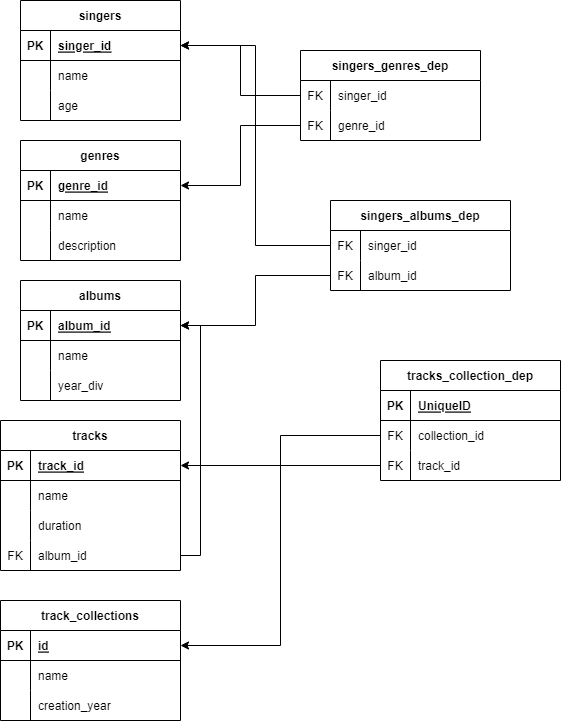
Earlier version of the draw.io export Hw2z1_diagram.png (archimage-wiz/PY_CASEDB_Hw2z1). Source tidied: cells renumbered, new cells last; positions are measured from the earlier drawing's top-left corner, leaving out a move shared by most shapes.
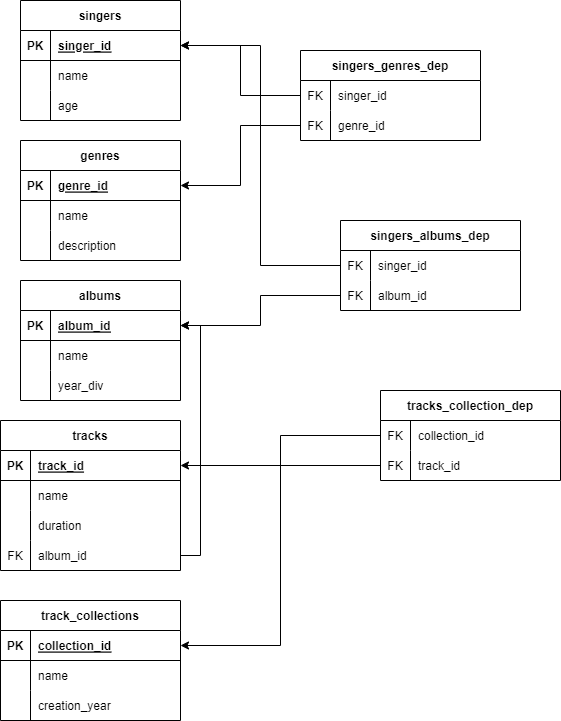
The same file after the commit.

Commit message:
update script & diagram

What changed in the source:
```diff
@@ -156,7 +156,7 @@
       <mxGeometry x="30" width="150" height="30" as="geometry" />
     </mxCell>
     <mxCell id="53" value="singers_albums_dep" style="shape=table;startSize=30;rowLines=0;fontStyle=1;align=center;" parent="1" vertex="1">
-      <mxGeometry x="330" y="200" width="180" height="90" as="geometry" />
+      <mxGeometry x="340" y="220" width="180" height="90" as="geometry" />
     </mxCell>
     <mxCell id="54" style="shape=tableRow;horizontal=0;startSize=0;swimlaneHead=0;swimlaneBody=0;fillColor=none;points=[[0,0.5],[1,0.5]];portConstraint=eastwest;top=0;left=0;right=0;bottom=0;" parent="53" vertex="1">
       <mxGeometry y="30" width="180" height="30" as="geometry" />
@@ -191,7 +191,7 @@
     <mxCell id="64" value="PK" style="shape=partialRectangle;fillColor=none;top=0;left=0;bottom=0;right=0;fontStyle=1;overflow=hidden;" parent="63" vertex="1">
       <mxGeometry width="30" height="30" as="geometry" />
     </mxCell>
-    <mxCell id="65" value="id" style="shape=partialRectangle;fillColor=none;top=0;left=0;bottom=0;right=0;align=left;spacingLeft=6;fontStyle=5;overflow=hidden;" parent="63" vertex="1">
+    <mxCell id="65" value="collection_id" style="shape=partialRectangle;fillColor=none;top=0;left=0;bottom=0;right=0;align=left;spacingLeft=6;fontStyle=5;overflow=hidden;" parent="63" vertex="1">
       <mxGeometry x="30" width="150" height="30" as="geometry" />
     </mxCell>
     <mxCell id="66" style="shape=tableRow;horizontal=0;startSize=0;swimlaneHead=0;swimlaneBody=0;fillColor=none;top=0;left=0;right=0;bottom=0;" parent="62" vertex="1">
@@ -213,19 +213,10 @@
       <mxGeometry x="30" width="150" height="30" as="geometry" />
     </mxCell>
     <mxCell id="72" value="tracks_collection_dep" style="shape=table;startSize=30;rowLines=0;fontStyle=1;align=center;" parent="1" vertex="1">
-      <mxGeometry x="380" y="360" width="180" height="120" as="geometry" />
+      <mxGeometry x="380" y="390" width="180" height="90" as="geometry" />
     </mxCell>
-    <mxCell id="73" style="shape=tableRow;horizontal=0;startSize=0;swimlaneHead=0;swimlaneBody=0;fillColor=none;top=0;left=0;right=0;bottom=1;" parent="72" vertex="1">
-      <mxGeometry y="30" width="180" height="30" as="geometry" />
-    </mxCell>
-    <mxCell id="74" value="PK" style="shape=partialRectangle;fillColor=none;top=0;left=0;bottom=0;right=0;fontStyle=1;overflow=hidden;" parent="73" vertex="1">
-      <mxGeometry width="30" height="30" as="geometry" />
-    </mxCell>
-    <mxCell id="75" value="UniqueID" style="shape=partialRectangle;fillColor=none;top=0;left=0;bottom=0;right=0;align=left;spacingLeft=6;fontStyle=5;overflow=hidden;" parent="73" vertex="1">
-      <mxGeometry x="30" width="150" height="30" as="geometry" />
-    </mxCell>
     <mxCell id="76" style="shape=tableRow;horizontal=0;startSize=0;swimlaneHead=0;swimlaneBody=0;fillColor=none;points=[[0,0.5],[1,0.5]];portConstraint=eastwest;top=0;left=0;right=0;bottom=0;" parent="72" vertex="1">
-      <mxGeometry y="60" width="180" height="30" as="geometry" />
+      <mxGeometry y="30" width="180" height="30" as="geometry" />
     </mxCell>
     <mxCell id="77" value="FK" style="shape=partialRectangle;fillColor=none;top=0;left=0;bottom=0;right=0;overflow=hidden;" parent="76" vertex="1">
       <mxGeometry width="30" height="30" as="geometry" />
@@ -234,7 +225,7 @@
       <mxGeometry x="30" width="150" height="30" as="geometry" />
     </mxCell>
     <mxCell id="79" style="shape=tableRow;horizontal=0;startSize=0;swimlaneHead=0;swimlaneBody=0;fillColor=none;points=[[0,0.5],[1,0.5]];portConstraint=eastwest;top=0;left=0;right=0;bottom=0;" parent="72" vertex="1">
-      <mxGeometry y="90" width="180" height="30" as="geometry" />
+      <mxGeometry y="60" width="180" height="30" as="geometry" />
     </mxCell>
     <mxCell id="80" value="FK" style="shape=partialRectangle;fillColor=none;top=0;left=0;bottom=0;right=0;overflow=hidden;" parent="79" vertex="1">
       <mxGeometry width="30" height="30" as="geometry" />
```
